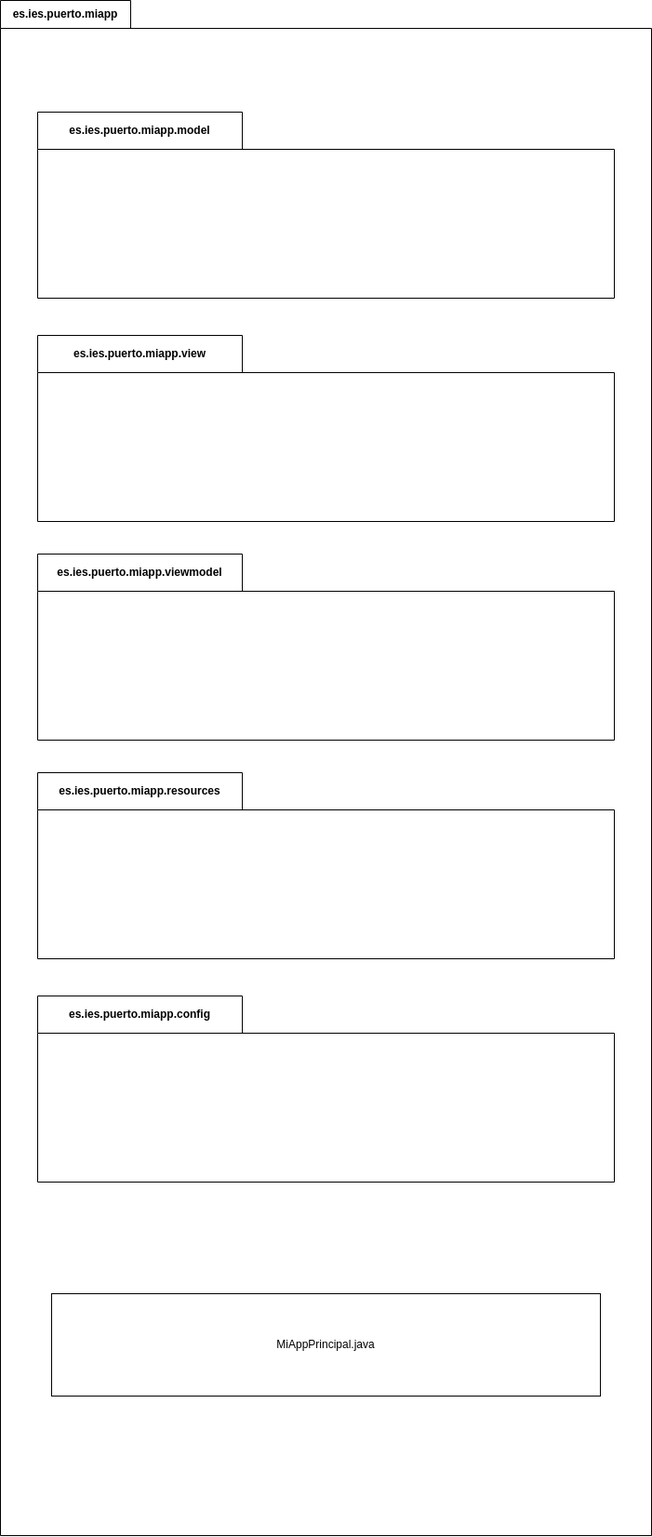
The draw.io diagram ExamenDiagramapaquetes_PedroMartinEscuela.png in PeterMartEsc/ETS, before a commit. Source tidied: cells renumbered, new cells last; positions are measured from the earlier drawing's top-left corner, leaving out a move shared by most shapes.
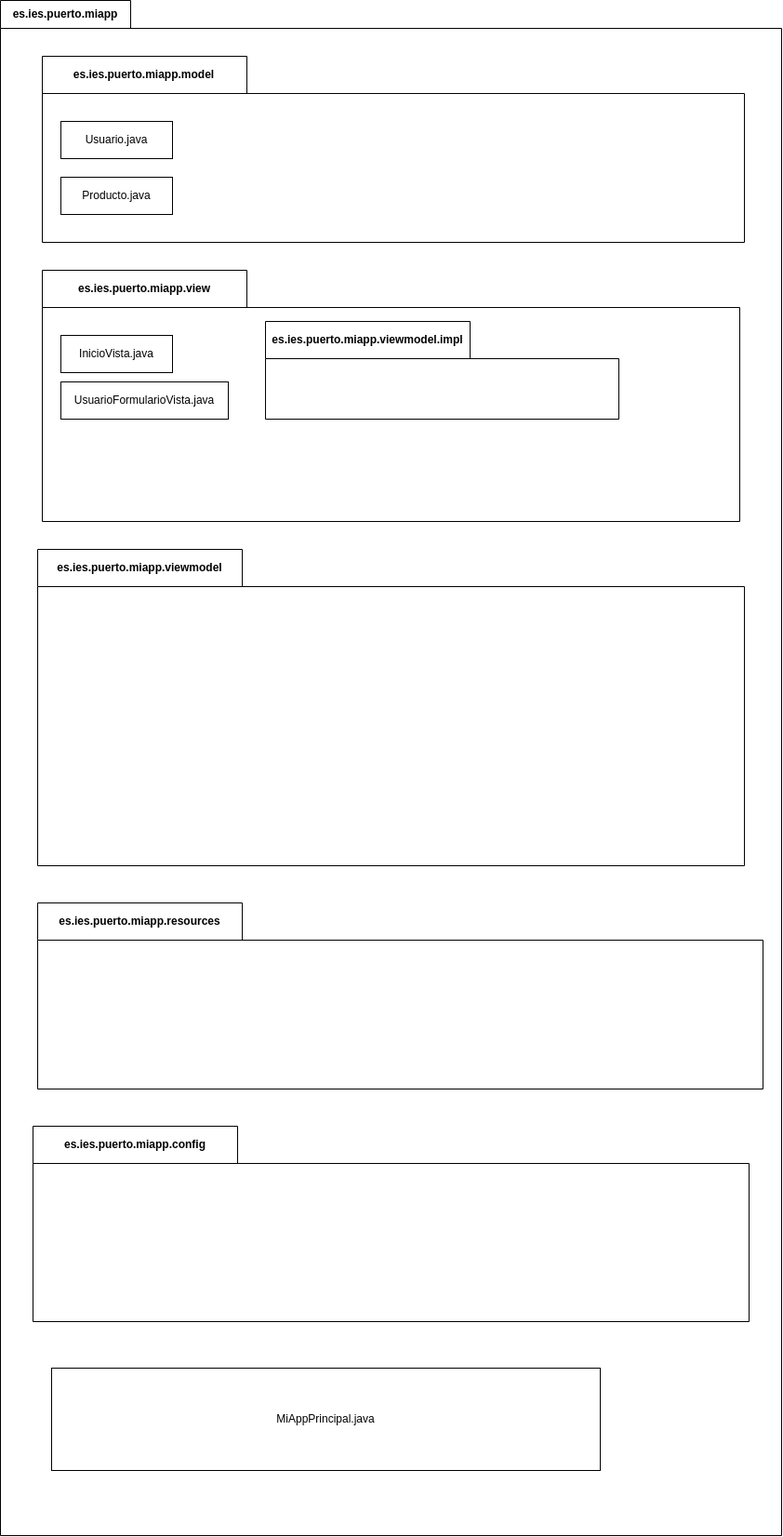
The same file after the commit.

Change to the diagram source:
```diff
@@ -3,26 +3,41 @@
     <mxCell id="0" />
     <mxCell id="1" parent="0" />
     <mxCell id="2" value="es.ies.puerto.miapp" style="shape=folder;fontStyle=1;tabWidth=140;tabHeight=30;tabPosition=left;html=1;boundedLbl=1;labelInHeader=1;whiteSpace=wrap;fillColor=none;" parent="1" vertex="1">
-      <mxGeometry width="700" height="1650" as="geometry" />
+      <mxGeometry width="840" height="1650" as="geometry" />
     </mxCell>
     <mxCell id="3" value="es.ies.puerto.miapp.model" style="shape=folder;fontStyle=1;tabWidth=220;tabHeight=40;tabPosition=left;html=1;boundedLbl=1;labelInHeader=1;whiteSpace=wrap;" parent="2" vertex="1">
-      <mxGeometry x="40" y="120" width="620" height="200" as="geometry" />
+      <mxGeometry x="45" y="60" width="755" height="200" as="geometry" />
     </mxCell>
+    <mxCell id="9" value="Usuario.java" style="rounded=0;whiteSpace=wrap;html=1;" parent="3" vertex="1">
+      <mxGeometry x="20" y="70" width="120" height="40" as="geometry" />
+    </mxCell>
+    <mxCell id="10" value="Producto.java" style="rounded=0;whiteSpace=wrap;html=1;" parent="3" vertex="1">
+      <mxGeometry x="20" y="130" width="120" height="40" as="geometry" />
+    </mxCell>
     <mxCell id="4" value="es.ies.puerto.miapp.view" style="shape=folder;fontStyle=1;tabWidth=220;tabHeight=40;tabPosition=left;html=1;boundedLbl=1;labelInHeader=1;whiteSpace=wrap;" parent="2" vertex="1">
-      <mxGeometry x="40" y="360" width="620" height="200" as="geometry" />
+      <mxGeometry x="45" y="290" width="750" height="270" as="geometry" />
     </mxCell>
+    <mxCell id="11" value="InicioVista.java" style="rounded=0;whiteSpace=wrap;html=1;" parent="4" vertex="1">
+      <mxGeometry x="20" y="70" width="120" height="40" as="geometry" />
+    </mxCell>
+    <mxCell id="12" value="UsuarioFormularioVista.java" style="rounded=0;whiteSpace=wrap;html=1;" parent="4" vertex="1">
+      <mxGeometry x="20" y="120" width="180" height="40" as="geometry" />
+    </mxCell>
+    <mxCell id="13" value="es.ies.puerto.miapp.viewmodel.impl" style="shape=folder;fontStyle=1;tabWidth=220;tabHeight=40;tabPosition=left;html=1;boundedLbl=1;labelInHeader=1;whiteSpace=wrap;" parent="4" vertex="1">
+      <mxGeometry x="240" y="55" width="380" height="105" as="geometry" />
+    </mxCell>
     <mxCell id="5" value="es.ies.puerto.miapp.viewmodel" style="shape=folder;fontStyle=1;tabWidth=220;tabHeight=40;tabPosition=left;html=1;boundedLbl=1;labelInHeader=1;whiteSpace=wrap;" parent="2" vertex="1">
-      <mxGeometry x="40" y="595" width="620" height="200" as="geometry" />
+      <mxGeometry x="40" y="590" width="760" height="340" as="geometry" />
     </mxCell>
     <mxCell id="6" value="es.ies.puerto.miapp.resources" style="shape=folder;fontStyle=1;tabWidth=220;tabHeight=40;tabPosition=left;html=1;boundedLbl=1;labelInHeader=1;whiteSpace=wrap;" parent="2" vertex="1">
-      <mxGeometry x="40" y="830" width="620" height="200" as="geometry" />
+      <mxGeometry x="40" y="970" width="780" height="200" as="geometry" />
     </mxCell>
     <mxCell id="7" value="es.ies.puerto.miapp.config" style="shape=folder;fontStyle=1;tabWidth=220;tabHeight=40;tabPosition=left;html=1;boundedLbl=1;labelInHeader=1;whiteSpace=wrap;" parent="2" vertex="1">
-      <mxGeometry x="40" y="1070" width="620" height="200" as="geometry" />
+      <mxGeometry x="35" y="1210" width="770" height="210" as="geometry" />
     </mxCell>
     <mxCell id="8" value="MiAppPrincipal.java" style="html=1;whiteSpace=wrap;" parent="2" vertex="1">
       <mxGeometry width="590" height="110" relative="1" as="geometry">
-        <mxPoint x="55" y="1390" as="offset" />
+        <mxPoint x="55" y="1470" as="offset" />
       </mxGeometry>
     </mxCell>
   </root>
```
